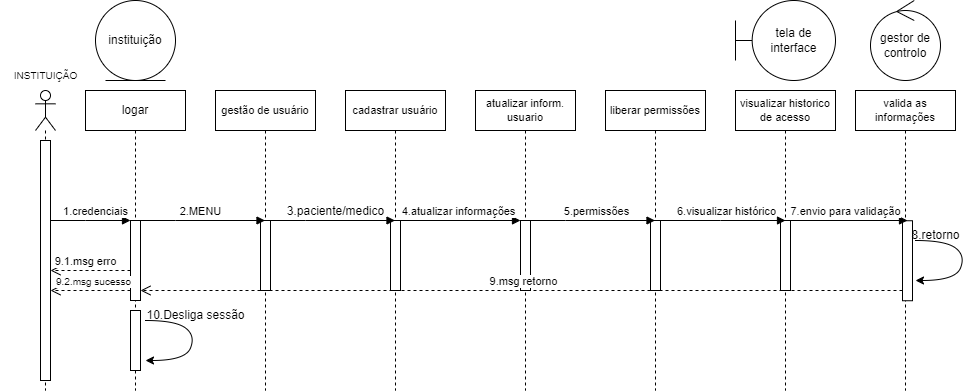
Above: DIAGRAMAS/DS.INSTITUIÇÃO.png in tbgbarros/PI-2-DSM2SEM (draw.io), before the change. Source tidied: cells renumbered, new cells last; positions are measured from the earlier drawing's top-left corner, leaving out a move shared by most shapes.
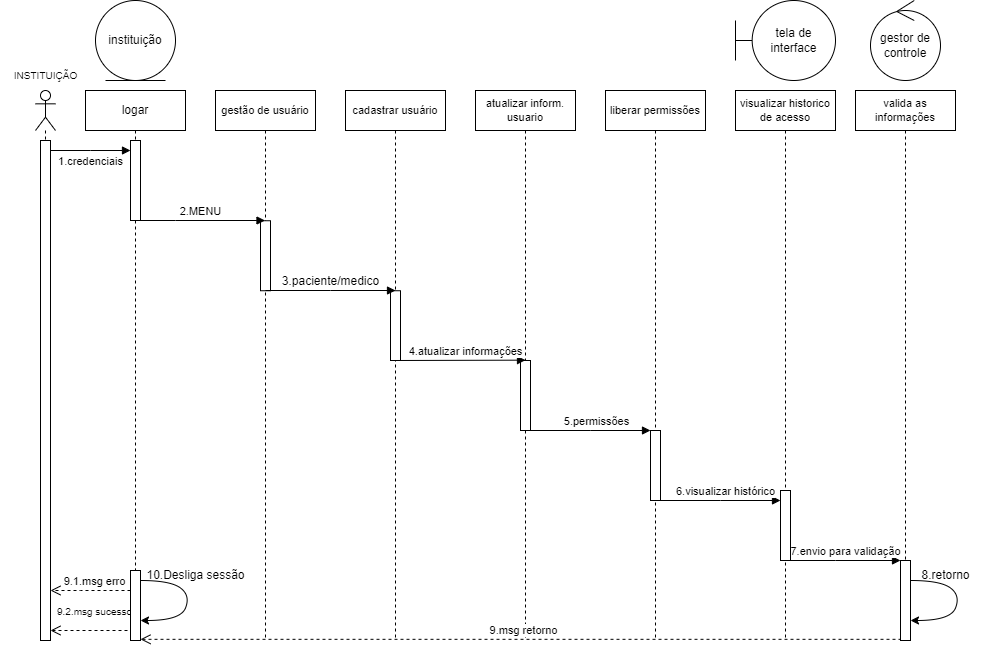
Later version of the same file.

What changed in the source:
```diff
@@ -6,49 +6,40 @@
       <mxGeometry x="735" width="100" height="80" as="geometry" />
     </mxCell>
     <mxCell id="3" value="atualizar inform.&lt;br style=&quot;font-size: 11px;&quot;&gt;usuario" style="shape=umlLifeline;perimeter=lifelinePerimeter;whiteSpace=wrap;html=1;newEdgeStyle={&quot;edgeStyle&quot;:&quot;elbowEdgeStyle&quot;,&quot;elbow&quot;:&quot;vertical&quot;,&quot;curved&quot;:0,&quot;rounded&quot;:0};fontSize=11;" parent="1" vertex="1">
-      <mxGeometry x="475" y="90" width="100" height="300" as="geometry" />
+      <mxGeometry x="475" y="90" width="100" height="550" as="geometry" />
     </mxCell>
     <mxCell id="4" style="html=1;points=[];perimeter=orthogonalPerimeter;outlineConnect=0;targetShapes=umlLifeline;portConstraint=eastwest;newEdgeStyle={&quot;edgeStyle&quot;:&quot;elbowEdgeStyle&quot;,&quot;elbow&quot;:&quot;vertical&quot;,&quot;curved&quot;:0,&quot;rounded&quot;:0};" parent="3" vertex="1">
-      <mxGeometry x="45" y="130" width="10" height="70" as="geometry" />
+      <mxGeometry x="45" y="270" width="10" height="70" as="geometry" />
     </mxCell>
     <mxCell id="5" value="liberar permissões" style="shape=umlLifeline;perimeter=lifelinePerimeter;whiteSpace=wrap;html=1;outlineConnect=0;portConstraint=eastwest;newEdgeStyle={&quot;edgeStyle&quot;:&quot;elbowEdgeStyle&quot;,&quot;elbow&quot;:&quot;vertical&quot;,&quot;curved&quot;:0,&quot;rounded&quot;:0};fontSize=11;" parent="1" vertex="1">
-      <mxGeometry x="605" y="90" width="100" height="300" as="geometry" />
+      <mxGeometry x="605" y="90" width="100" height="550" as="geometry" />
     </mxCell>
-    <mxCell id="6" style="html=1;points=[];perimeter=orthogonalPerimeter;outlineConnect=0;targetShapes=umlLifeline;portConstraint=eastwest;newEdgeStyle={&quot;edgeStyle&quot;:&quot;elbowEdgeStyle&quot;,&quot;elbow&quot;:&quot;vertical&quot;,&quot;curved&quot;:0,&quot;rounded&quot;:0};" parent="5" vertex="1">
-      <mxGeometry x="45" y="130" width="10" height="70" as="geometry" />
-    </mxCell>
     <mxCell id="7" value="cadastrar usuário" style="shape=umlLifeline;perimeter=lifelinePerimeter;whiteSpace=wrap;html=1;outlineConnect=0;portConstraint=eastwest;newEdgeStyle={&quot;edgeStyle&quot;:&quot;elbowEdgeStyle&quot;,&quot;elbow&quot;:&quot;vertical&quot;,&quot;curved&quot;:0,&quot;rounded&quot;:0};fontSize=11;" parent="1" vertex="1">
-      <mxGeometry x="345" y="90" width="100" height="300" as="geometry" />
+      <mxGeometry x="345" y="90" width="100" height="550" as="geometry" />
     </mxCell>
     <mxCell id="8" style="html=1;perimeter=orthogonalPerimeter;targetShapes=umlLifeline;newEdgeStyle={&quot;edgeStyle&quot;:&quot;elbowEdgeStyle&quot;,&quot;elbow&quot;:&quot;vertical&quot;,&quot;curved&quot;:0,&quot;rounded&quot;:0};" parent="7" vertex="1">
-      <mxGeometry x="45" y="130" width="10" height="70" as="geometry" />
+      <mxGeometry x="45" y="200.2" width="10" height="69.8" as="geometry" />
     </mxCell>
     <mxCell id="9" value="gestão de usuário" style="shape=umlLifeline;perimeter=lifelinePerimeter;whiteSpace=wrap;html=1;outlineConnect=0;portConstraint=eastwest;newEdgeStyle={&quot;edgeStyle&quot;:&quot;elbowEdgeStyle&quot;,&quot;elbow&quot;:&quot;vertical&quot;,&quot;curved&quot;:0,&quot;rounded&quot;:0};fontSize=11;" parent="1" vertex="1">
-      <mxGeometry x="215" y="90" width="100" height="300" as="geometry" />
+      <mxGeometry x="215" y="90" width="100" height="550" as="geometry" />
     </mxCell>
     <mxCell id="10" style="html=1;perimeter=orthogonalPerimeter;targetShapes=umlLifeline;newEdgeStyle={&quot;edgeStyle&quot;:&quot;elbowEdgeStyle&quot;,&quot;elbow&quot;:&quot;vertical&quot;,&quot;curved&quot;:0,&quot;rounded&quot;:0};" parent="9" vertex="1">
-      <mxGeometry x="45" y="130" width="10" height="70" as="geometry" />
+      <mxGeometry x="45" y="130.2" width="10" height="70" as="geometry" />
     </mxCell>
     <mxCell id="11" value="logar" style="shape=umlLifeline;perimeter=lifelinePerimeter;whiteSpace=wrap;html=1;newEdgeStyle={&quot;edgeStyle&quot;:&quot;elbowEdgeStyle&quot;,&quot;elbow&quot;:&quot;vertical&quot;,&quot;curved&quot;:0,&quot;rounded&quot;:0};size=40;" parent="1" vertex="1">
-      <mxGeometry x="85" y="90" width="100" height="300" as="geometry" />
+      <mxGeometry x="85" y="90" width="100" height="480" as="geometry" />
     </mxCell>
     <mxCell id="12" style="html=1;points=[];perimeter=orthogonalPerimeter;outlineConnect=0;targetShapes=umlLifeline;portConstraint=eastwest;newEdgeStyle={&quot;edgeStyle&quot;:&quot;elbowEdgeStyle&quot;,&quot;elbow&quot;:&quot;vertical&quot;,&quot;curved&quot;:0,&quot;rounded&quot;:0};" parent="11" vertex="1">
-      <mxGeometry x="45" y="130" width="10" height="80" as="geometry" />
+      <mxGeometry x="45" y="50" width="10" height="80" as="geometry" />
     </mxCell>
-    <mxCell id="13" style="html=1;points=[];perimeter=orthogonalPerimeter;outlineConnect=0;targetShapes=umlLifeline;portConstraint=eastwest;newEdgeStyle={&quot;edgeStyle&quot;:&quot;elbowEdgeStyle&quot;,&quot;elbow&quot;:&quot;vertical&quot;,&quot;curved&quot;:0,&quot;rounded&quot;:0};" parent="11" vertex="1">
-      <mxGeometry x="45" y="220" width="10" height="60" as="geometry" />
-    </mxCell>
     <mxCell id="14" value="visualizar historico de acesso" style="shape=umlLifeline;perimeter=lifelinePerimeter;whiteSpace=wrap;html=1;newEdgeStyle={&quot;edgeStyle&quot;:&quot;elbowEdgeStyle&quot;,&quot;elbow&quot;:&quot;vertical&quot;,&quot;curved&quot;:0,&quot;rounded&quot;:0};fontSize=11;" parent="1" vertex="1">
-      <mxGeometry x="735" y="90" width="100" height="300" as="geometry" />
+      <mxGeometry x="735" y="90" width="100" height="550" as="geometry" />
     </mxCell>
-    <mxCell id="15" style="html=1;points=[];perimeter=orthogonalPerimeter;outlineConnect=0;targetShapes=umlLifeline;portConstraint=eastwest;newEdgeStyle={&quot;edgeStyle&quot;:&quot;elbowEdgeStyle&quot;,&quot;elbow&quot;:&quot;vertical&quot;,&quot;curved&quot;:0,&quot;rounded&quot;:0};" parent="14" vertex="1">
-      <mxGeometry x="45" y="130" width="10" height="70" as="geometry" />
-    </mxCell>
     <mxCell id="16" style="shape=umlLifeline;perimeter=lifelinePerimeter;whiteSpace=wrap;html=1;newEdgeStyle={&quot;edgeStyle&quot;:&quot;elbowEdgeStyle&quot;,&quot;elbow&quot;:&quot;vertical&quot;,&quot;curved&quot;:0,&quot;rounded&quot;:0};participant=umlActor;" parent="1" vertex="1">
-      <mxGeometry x="35" y="90" width="20" height="300" as="geometry" />
+      <mxGeometry x="35" y="90" width="20" height="550" as="geometry" />
     </mxCell>
     <mxCell id="17" style="html=1;points=[];perimeter=orthogonalPerimeter;outlineConnect=0;targetShapes=umlLifeline;portConstraint=eastwest;newEdgeStyle={&quot;edgeStyle&quot;:&quot;elbowEdgeStyle&quot;,&quot;elbow&quot;:&quot;vertical&quot;,&quot;curved&quot;:0,&quot;rounded&quot;:0};" parent="16" vertex="1">
-      <mxGeometry x="5" y="50" width="10" height="240" as="geometry" />
+      <mxGeometry x="5" y="50" width="10" height="500" as="geometry" />
     </mxCell>
     <mxCell id="18" value="INSTITUIÇÃO" style="text;html=1;align=center;verticalAlign=middle;strokeColor=none;fillColor=none;fontSize=10;" parent="1" vertex="1">
       <mxGeometry y="60" width="90" height="30" as="geometry" />
@@ -59,106 +50,124 @@
       </mxGeometry>
     </mxCell>
     <mxCell id="20" value="1.credenciais" style="html=1;verticalAlign=bottom;endArrow=block;edgeStyle=elbowEdgeStyle;elbow=vertical;curved=0;rounded=0;fontSize=11;" parent="1" edge="1" source="17" target="12">
-      <mxGeometry x="0.12" relative="1" as="geometry">
+      <mxGeometry y="-20" relative="1" as="geometry">
         <Array as="points">
-          <mxPoint x="85" y="220" />
+          <mxPoint x="90" y="150" />
         </Array>
       </mxGeometry>
     </mxCell>
     <mxCell id="21" value="4.atualizar informações" style="html=1;verticalAlign=bottom;endArrow=block;edgeStyle=elbowEdgeStyle;elbow=vertical;curved=0;rounded=0;" parent="1" edge="1" target="4">
-      <mxGeometry relative="1" as="geometry">
-        <mxPoint x="395" y="220" as="sourcePoint" />
+      <mxGeometry x="0.08" relative="1" as="geometry">
+        <mxPoint x="395" y="360" as="sourcePoint" />
+        <Array as="points">
+          <mxPoint x="435" y="359.7" />
+        </Array>
       </mxGeometry>
     </mxCell>
-    <mxCell id="22" value="5.permissões" style="html=1;verticalAlign=bottom;endArrow=block;edgeStyle=elbowEdgeStyle;elbow=vertical;curved=0;rounded=0;" parent="1" edge="1" target="5">
+    <mxCell id="22" value="5.permissões" style="html=1;verticalAlign=bottom;endArrow=block;edgeStyle=elbowEdgeStyle;elbow=vertical;curved=0;rounded=0;" parent="1" edge="1" target="6">
       <mxGeometry x="0.09" relative="1" as="geometry">
-        <mxPoint x="525" y="220" as="sourcePoint" />
+        <mxPoint x="530.5" y="430" as="sourcePoint" />
       </mxGeometry>
     </mxCell>
-    <mxCell id="23" value="6.visualizar histórico" style="html=1;verticalAlign=bottom;endArrow=block;edgeStyle=elbowEdgeStyle;elbow=vertical;curved=0;rounded=0;" parent="1" edge="1">
+    <mxCell id="23" value="6.visualizar histórico" style="html=1;verticalAlign=bottom;endArrow=block;edgeStyle=elbowEdgeStyle;elbow=vertical;curved=0;rounded=0;" parent="1" edge="1" target="15">
       <mxGeometry x="0.09" relative="1" as="geometry">
-        <mxPoint x="655" y="220" as="sourcePoint" />
-        <mxPoint x="785" y="220" as="targetPoint" />
+        <mxPoint x="660" y="500" as="sourcePoint" />
       </mxGeometry>
     </mxCell>
-    <mxCell id="24" value="9.1.msg erro" style="html=1;verticalAlign=bottom;endArrow=open;dashed=1;endSize=8;edgeStyle=elbowEdgeStyle;elbow=vertical;curved=0;rounded=0;" parent="1" edge="1" source="12" target="17">
-      <mxGeometry x="0.12" relative="1" as="geometry">
+    <mxCell id="24" value="9.1.msg erro" style="html=1;verticalAlign=bottom;endArrow=open;dashed=1;endSize=8;edgeStyle=elbowEdgeStyle;elbow=vertical;curved=0;rounded=0;" parent="1" edge="1" source="13" target="17">
+      <mxGeometry x="-0.07" relative="1" as="geometry">
         <Array as="points">
-          <mxPoint x="85" y="270" />
-          <mxPoint x="115" y="250" />
-          <mxPoint x="90" y="290" />
+          <mxPoint x="80" y="590" />
+          <mxPoint x="110" y="570" />
+          <mxPoint x="85" y="610" />
         </Array>
+        <mxPoint x="1" as="offset" />
       </mxGeometry>
     </mxCell>
     <mxCell id="25" value="valida as informações" style="shape=umlLifeline;perimeter=lifelinePerimeter;whiteSpace=wrap;html=1;newEdgeStyle={&quot;edgeStyle&quot;:&quot;elbowEdgeStyle&quot;,&quot;elbow&quot;:&quot;vertical&quot;,&quot;curved&quot;:0,&quot;rounded&quot;:0};fontSize=11;" parent="1" vertex="1">
-      <mxGeometry x="855" y="90" width="100" height="300" as="geometry" />
+      <mxGeometry x="855" y="90" width="100" height="470" as="geometry" />
     </mxCell>
-    <mxCell id="26" style="html=1;points=[];perimeter=orthogonalPerimeter;outlineConnect=0;targetShapes=umlLifeline;portConstraint=eastwest;newEdgeStyle={&quot;edgeStyle&quot;:&quot;elbowEdgeStyle&quot;,&quot;elbow&quot;:&quot;vertical&quot;,&quot;curved&quot;:0,&quot;rounded&quot;:0};" parent="25" vertex="1">
-      <mxGeometry x="47" y="130.2" width="10" height="80" as="geometry" />
-    </mxCell>
     <mxCell id="27" value="instituição" style="ellipse;shape=umlEntity;whiteSpace=wrap;html=1;" parent="1" vertex="1">
       <mxGeometry x="95" width="80" height="80" as="geometry" />
     </mxCell>
     <mxCell id="28" value="7.envio para validação" style="html=1;verticalAlign=bottom;endArrow=block;edgeStyle=elbowEdgeStyle;elbow=vertical;curved=0;rounded=0;" parent="1" edge="1" source="15" target="26">
-      <mxGeometry x="-0.06" relative="1" as="geometry">
+      <mxGeometry relative="1" as="geometry">
         <Array as="points">
+          <mxPoint x="835" y="560" />
           <mxPoint x="846" y="220" />
         </Array>
       </mxGeometry>
     </mxCell>
     <mxCell id="29" style="curved=1;endArrow=classic;html=1;rounded=0;" parent="1" edge="1">
       <mxGeometry relative="1" as="geometry">
-        <mxPoint x="145" y="320" as="sourcePoint" />
-        <mxPoint x="145" y="360" as="targetPoint" />
+        <mxPoint x="140" y="580" as="sourcePoint" />
+        <mxPoint x="140" y="620" as="targetPoint" />
         <Array as="points">
-          <mxPoint x="175" y="320" />
-          <mxPoint x="195" y="335" />
-          <mxPoint x="185" y="360" />
+          <mxPoint x="170" y="580" />
+          <mxPoint x="190" y="595" />
+          <mxPoint x="180" y="620" />
         </Array>
       </mxGeometry>
     </mxCell>
     <mxCell id="30" value="8.retorno" style="text;html=1;align=center;verticalAlign=middle;strokeColor=none;fillColor=none;" parent="1" vertex="1">
-      <mxGeometry x="900" y="220" width="70" height="30" as="geometry" />
+      <mxGeometry x="910" y="560" width="70" height="30" as="geometry" />
     </mxCell>
-    <mxCell id="31" value="9.msg retorno" style="html=1;verticalAlign=bottom;endArrow=open;dashed=1;endSize=8;edgeStyle=elbowEdgeStyle;elbow=vertical;curved=0;rounded=0;" parent="1" edge="1" source="26" target="12">
+    <mxCell id="31" value="9.msg retorno" style="html=1;verticalAlign=bottom;endArrow=open;dashed=1;endSize=8;edgeStyle=elbowEdgeStyle;elbow=vertical;curved=0;rounded=0;" parent="1" edge="1" target="13">
       <mxGeometry x="-0.01" relative="1" as="geometry">
+        <mxPoint x="901" y="638.8" as="sourcePoint" />
         <Array as="points">
-          <mxPoint x="545" y="290" />
+          <mxPoint x="544" y="638.8" />
         </Array>
       </mxGeometry>
     </mxCell>
     <mxCell id="32" style="curved=1;endArrow=classic;html=1;rounded=0;" parent="1" edge="1">
       <mxGeometry relative="1" as="geometry">
-        <mxPoint x="915" y="240" as="sourcePoint" />
-        <mxPoint x="915" y="280" as="targetPoint" />
+        <mxPoint x="910" y="580" as="sourcePoint" />
+        <mxPoint x="910" y="620" as="targetPoint" />
         <Array as="points">
-          <mxPoint x="945" y="240" />
-          <mxPoint x="965" y="255" />
-          <mxPoint x="955" y="280" />
+          <mxPoint x="940" y="580" />
+          <mxPoint x="960" y="595" />
+          <mxPoint x="950" y="620" />
         </Array>
       </mxGeometry>
     </mxCell>
     <mxCell id="33" value="10.Desliga sessão" style="text;html=1;align=center;verticalAlign=middle;strokeColor=none;fillColor=none;" parent="1" vertex="1">
-      <mxGeometry x="135" y="300" width="120" height="30" as="geometry" />
+      <mxGeometry x="135" y="560" width="120" height="30" as="geometry" />
     </mxCell>
-    <mxCell id="34" value="9.2.msg sucesso" style="html=1;verticalAlign=bottom;endArrow=open;dashed=1;endSize=8;edgeStyle=elbowEdgeStyle;elbow=vertical;curved=0;rounded=0;fontSize=10;" parent="1" edge="1" source="12" target="17">
-      <mxGeometry x="-0.07" relative="1" as="geometry">
+    <mxCell id="34" value="9.2.msg sucesso" style="html=1;verticalAlign=bottom;endArrow=open;dashed=1;endSize=8;edgeStyle=elbowEdgeStyle;elbow=vertical;curved=0;rounded=0;fontSize=10;" parent="1" edge="1">
+      <mxGeometry x="0.05" y="-10" relative="1" as="geometry">
+        <mxPoint x="135" y="640" as="sourcePoint" />
+        <mxPoint x="50" y="630" as="targetPoint" />
         <Array as="points">
-          <mxPoint x="95" y="290" />
-          <mxPoint x="75" y="270" />
-          <mxPoint x="95" y="250" />
-          <mxPoint x="95" y="150" />
-          <mxPoint x="105" y="140" />
+          <mxPoint x="80" y="630" />
+          <mxPoint x="60" y="610" />
+          <mxPoint x="80" y="590" />
+          <mxPoint x="80" y="490" />
+          <mxPoint x="90" y="480" />
         </Array>
+        <mxPoint x="-1" as="offset" />
       </mxGeometry>
     </mxCell>
-    <mxCell id="35" value="3.paciente/medico" style="html=1;verticalAlign=bottom;endArrow=block;edgeStyle=elbowEdgeStyle;elbow=vertical;curved=0;rounded=0;fontSize=12;" parent="1" edge="1" target="7">
-      <mxGeometry x="0.08" relative="1" as="geometry">
-        <mxPoint x="265" y="220" as="sourcePoint" />
+    <mxCell id="35" value="3.paciente/medico" style="html=1;verticalAlign=bottom;endArrow=block;edgeStyle=elbowEdgeStyle;elbow=vertical;curved=0;rounded=0;fontSize=12;" parent="1" edge="1">
+      <mxGeometry relative="1" as="geometry">
+        <mxPoint x="265" y="290" as="sourcePoint" />
+        <mxPoint x="395" y="290" as="targetPoint" />
       </mxGeometry>
     </mxCell>
-    <mxCell id="36" value="gestor de controlo" style="ellipse;shape=umlControl;whiteSpace=wrap;html=1;" parent="1" vertex="1">
+    <mxCell id="36" value="gestor de controle" style="ellipse;shape=umlControl;whiteSpace=wrap;html=1;" parent="1" vertex="1">
       <mxGeometry x="870" width="70" height="80" as="geometry" />
     </mxCell>
+    <mxCell id="6" style="html=1;points=[];perimeter=orthogonalPerimeter;outlineConnect=0;targetShapes=umlLifeline;portConstraint=eastwest;newEdgeStyle={&quot;edgeStyle&quot;:&quot;elbowEdgeStyle&quot;,&quot;elbow&quot;:&quot;vertical&quot;,&quot;curved&quot;:0,&quot;rounded&quot;:0};" parent="1" vertex="1">
+      <mxGeometry x="650" y="430" width="10" height="70" as="geometry" />
+    </mxCell>
+    <mxCell id="15" style="html=1;points=[];perimeter=orthogonalPerimeter;outlineConnect=0;targetShapes=umlLifeline;portConstraint=eastwest;newEdgeStyle={&quot;edgeStyle&quot;:&quot;elbowEdgeStyle&quot;,&quot;elbow&quot;:&quot;vertical&quot;,&quot;curved&quot;:0,&quot;rounded&quot;:0};" parent="1" vertex="1">
+      <mxGeometry x="780" y="490" width="10" height="70" as="geometry" />
+    </mxCell>
+    <mxCell id="26" style="html=1;points=[];perimeter=orthogonalPerimeter;outlineConnect=0;targetShapes=umlLifeline;portConstraint=eastwest;newEdgeStyle={&quot;edgeStyle&quot;:&quot;elbowEdgeStyle&quot;,&quot;elbow&quot;:&quot;vertical&quot;,&quot;curved&quot;:0,&quot;rounded&quot;:0};" parent="1" vertex="1">
+      <mxGeometry x="900" y="560" width="10" height="80" as="geometry" />
+    </mxCell>
+    <mxCell id="13" style="html=1;points=[];perimeter=orthogonalPerimeter;outlineConnect=0;targetShapes=umlLifeline;portConstraint=eastwest;newEdgeStyle={&quot;edgeStyle&quot;:&quot;elbowEdgeStyle&quot;,&quot;elbow&quot;:&quot;vertical&quot;,&quot;curved&quot;:0,&quot;rounded&quot;:0};" parent="1" vertex="1">
+      <mxGeometry x="130" y="570" width="10" height="70" as="geometry" />
+    </mxCell>
   </root>
 </mxGraphModel>
```
